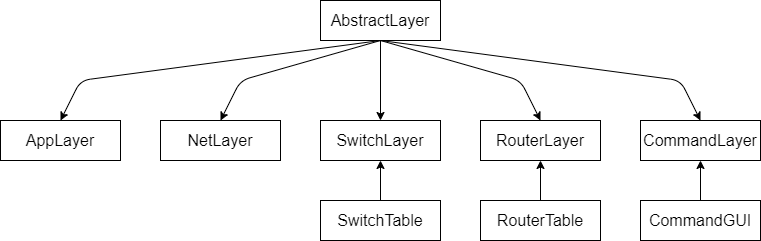
Earlier version of the draw.io export Project1-MinNE-python/report/images/layer-inheritance.png (mrcaidev/computer-network-and-communication-technology). Source tidied: cells renumbered, new cells last; positions are measured from the earlier drawing's top-left corner, leaving out a move shared by most shapes.
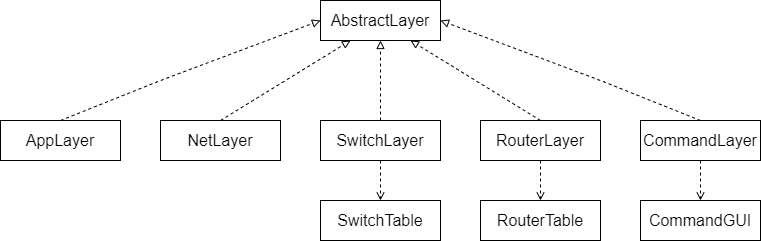
After the commit.

The edit, as a diff of the source:
```diff
@@ -2,70 +2,64 @@
   <root>
     <mxCell id="0" />
     <mxCell id="1" parent="0" />
-    <mxCell id="2" style="edgeStyle=none;rounded=1;html=1;exitX=0.5;exitY=1;exitDx=0;exitDy=0;entryX=0.5;entryY=0;entryDx=0;entryDy=0;" parent="1" edge="1" source="7" target="8">
-      <mxGeometry relative="1" as="geometry">
-        <Array as="points">
-          <mxPoint x="80" y="80" />
-        </Array>
-      </mxGeometry>
-    </mxCell>
-    <mxCell id="3" style="edgeStyle=none;rounded=1;html=1;exitX=0.5;exitY=1;exitDx=0;exitDy=0;entryX=0.5;entryY=0;entryDx=0;entryDy=0;" parent="1" edge="1" source="7" target="9">
-      <mxGeometry relative="1" as="geometry">
-        <Array as="points">
-          <mxPoint x="240" y="80" />
-        </Array>
-      </mxGeometry>
-    </mxCell>
-    <mxCell id="4" style="edgeStyle=none;rounded=1;html=1;exitX=0.5;exitY=1;exitDx=0;exitDy=0;entryX=0.5;entryY=0;entryDx=0;entryDy=0;" parent="1" edge="1" source="7" target="10">
-      <mxGeometry relative="1" as="geometry" />
-    </mxCell>
-    <mxCell id="5" style="edgeStyle=none;rounded=1;html=1;exitX=0.5;exitY=1;exitDx=0;exitDy=0;entryX=0.5;entryY=0;entryDx=0;entryDy=0;" parent="1" edge="1" source="7" target="11">
-      <mxGeometry relative="1" as="geometry">
-        <Array as="points">
-          <mxPoint x="520" y="80" />
-        </Array>
-      </mxGeometry>
-    </mxCell>
-    <mxCell id="6" style="edgeStyle=none;html=1;exitX=0.5;exitY=1;exitDx=0;exitDy=0;entryX=0.5;entryY=0;entryDx=0;entryDy=0;" parent="1" edge="1" source="7" target="16">
-      <mxGeometry relative="1" as="geometry">
-        <Array as="points">
-          <mxPoint x="680" y="80" />
-        </Array>
-      </mxGeometry>
-    </mxCell>
     <mxCell id="7" value="&lt;font style=&quot;font-size: 16px&quot;&gt;AbstractLayer&lt;/font&gt;" style="rounded=0;whiteSpace=wrap;html=1;" parent="1" vertex="1">
       <mxGeometry x="320" width="120" height="40" as="geometry" />
     </mxCell>
+    <mxCell id="17" style="edgeStyle=none;html=1;exitX=0.5;exitY=0;exitDx=0;exitDy=0;entryX=0;entryY=0.5;entryDx=0;entryDy=0;dashed=1;endArrow=block;endFill=0;" parent="1" edge="1" source="8" target="7">
+      <mxGeometry relative="1" as="geometry">
+        <Array as="points">
+          <mxPoint x="160" y="80" />
+        </Array>
+      </mxGeometry>
+    </mxCell>
     <mxCell id="8" value="&lt;font style=&quot;font-size: 16px&quot;&gt;AppLayer&lt;/font&gt;" style="rounded=0;whiteSpace=wrap;html=1;" parent="1" vertex="1">
       <mxGeometry y="120" width="120" height="40" as="geometry" />
     </mxCell>
+    <mxCell id="19" style="edgeStyle=none;html=1;exitX=0.5;exitY=0;exitDx=0;exitDy=0;dashed=1;endArrow=block;endFill=0;entryX=0.25;entryY=1;entryDx=0;entryDy=0;" parent="1" edge="1" source="9" target="7">
+      <mxGeometry relative="1" as="geometry" />
+    </mxCell>
     <mxCell id="9" value="&lt;font style=&quot;font-size: 16px&quot;&gt;NetLayer&lt;/font&gt;" style="rounded=0;whiteSpace=wrap;html=1;" parent="1" vertex="1">
       <mxGeometry x="160" y="120" width="120" height="40" as="geometry" />
     </mxCell>
+    <mxCell id="20" style="edgeStyle=none;html=1;exitX=0.5;exitY=0;exitDx=0;exitDy=0;dashed=1;endArrow=block;endFill=0;" parent="1" edge="1" source="10">
+      <mxGeometry relative="1" as="geometry">
+        <mxPoint x="380" y="40" as="targetPoint" />
+      </mxGeometry>
+    </mxCell>
+    <mxCell id="21" style="edgeStyle=none;html=1;exitX=0.5;exitY=1;exitDx=0;exitDy=0;entryX=0.5;entryY=0;entryDx=0;entryDy=0;dashed=1;endArrow=open;endFill=0;" parent="1" edge="1" source="10" target="15">
+      <mxGeometry relative="1" as="geometry" />
+    </mxCell>
     <mxCell id="10" value="&lt;font style=&quot;font-size: 16px&quot;&gt;SwitchLayer&lt;/font&gt;" style="rounded=0;whiteSpace=wrap;html=1;" parent="1" vertex="1">
       <mxGeometry x="320" y="120" width="120" height="40" as="geometry" />
     </mxCell>
+    <mxCell id="22" style="edgeStyle=none;html=1;exitX=0.5;exitY=0;exitDx=0;exitDy=0;dashed=1;endArrow=block;endFill=0;entryX=0.75;entryY=1;entryDx=0;entryDy=0;" parent="1" edge="1" source="11" target="7">
+      <mxGeometry relative="1" as="geometry" />
+    </mxCell>
+    <mxCell id="23" style="edgeStyle=none;html=1;exitX=0.5;exitY=1;exitDx=0;exitDy=0;dashed=1;endArrow=open;endFill=0;" parent="1" edge="1" source="11" target="13">
+      <mxGeometry relative="1" as="geometry" />
+    </mxCell>
     <mxCell id="11" value="&lt;font style=&quot;font-size: 16px&quot;&gt;RouterLayer&lt;/font&gt;" style="rounded=0;whiteSpace=wrap;html=1;" parent="1" vertex="1">
       <mxGeometry x="480" y="120" width="120" height="40" as="geometry" />
     </mxCell>
-    <mxCell id="12" style="edgeStyle=none;html=1;exitX=0.5;exitY=0;exitDx=0;exitDy=0;entryX=0.5;entryY=1;entryDx=0;entryDy=0;" parent="1" edge="1" source="13" target="11">
-      <mxGeometry relative="1" as="geometry" />
-    </mxCell>
     <mxCell id="13" value="&lt;font style=&quot;font-size: 16px&quot;&gt;RouterTable&lt;/font&gt;" style="rounded=0;whiteSpace=wrap;html=1;" parent="1" vertex="1">
       <mxGeometry x="480" y="200" width="120" height="40" as="geometry" />
     </mxCell>
-    <mxCell id="14" style="edgeStyle=none;html=1;exitX=0.5;exitY=0;exitDx=0;exitDy=0;entryX=0.5;entryY=1;entryDx=0;entryDy=0;" parent="1" edge="1" source="15" target="10">
-      <mxGeometry relative="1" as="geometry" />
-    </mxCell>
     <mxCell id="15" value="&lt;font style=&quot;font-size: 16px&quot;&gt;SwitchTable&lt;br&gt;&lt;/font&gt;" style="rounded=0;whiteSpace=wrap;html=1;" parent="1" vertex="1">
       <mxGeometry x="320" y="200" width="120" height="40" as="geometry" />
     </mxCell>
+    <mxCell id="24" style="edgeStyle=none;html=1;exitX=0.5;exitY=0;exitDx=0;exitDy=0;dashed=1;endArrow=block;endFill=0;entryX=1;entryY=0.5;entryDx=0;entryDy=0;" parent="1" edge="1" source="16" target="7">
+      <mxGeometry relative="1" as="geometry">
+        <Array as="points">
+          <mxPoint x="600" y="80" />
+        </Array>
+      </mxGeometry>
+    </mxCell>
+    <mxCell id="25" style="edgeStyle=none;html=1;exitX=0.5;exitY=1;exitDx=0;exitDy=0;entryX=0.5;entryY=0;entryDx=0;entryDy=0;dashed=1;endArrow=open;endFill=0;" parent="1" edge="1" source="16" target="18">
+      <mxGeometry relative="1" as="geometry" />
+    </mxCell>
     <mxCell id="16" value="&lt;font style=&quot;font-size: 16px&quot;&gt;CommandLayer&lt;/font&gt;" style="rounded=0;whiteSpace=wrap;html=1;" parent="1" vertex="1">
       <mxGeometry x="640" y="120" width="120" height="40" as="geometry" />
     </mxCell>
-    <mxCell id="17" style="edgeStyle=none;html=1;exitX=0.5;exitY=0;exitDx=0;exitDy=0;entryX=0.5;entryY=1;entryDx=0;entryDy=0;" parent="1" edge="1" source="18" target="16">
-      <mxGeometry relative="1" as="geometry" />
-    </mxCell>
     <mxCell id="18" value="&lt;font style=&quot;font-size: 16px&quot;&gt;CommandGUI&lt;/font&gt;" style="rounded=0;whiteSpace=wrap;html=1;" parent="1" vertex="1">
       <mxGeometry x="640" y="200" width="120" height="40" as="geometry" />
     </mxCell>
```
